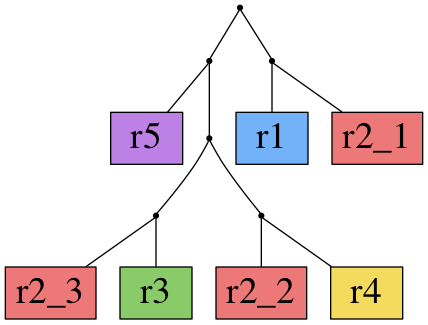
Before: example/matrix_alg1.out.csv.png, a diagram exported from Graphviz (alexandrutomescu/MixedPerfectPhylogeny). Its source is kept beside it as example/matrix_alg1.out.csv.dot.
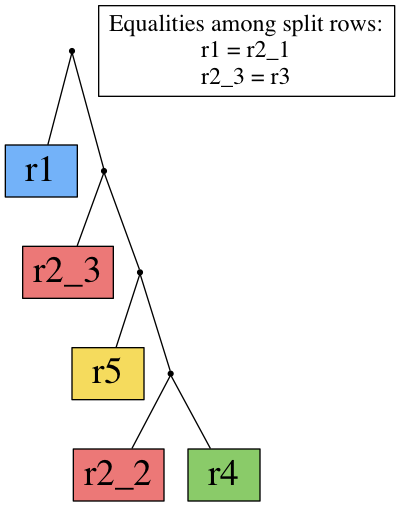
Above is the later version.

Change to the diagram source:
```diff
@@ -1,27 +1,23 @@
 digraph {
-r1[shape=box,style=filled,fontsize=28,fillcolor="#73B2F9"];
-r2_1[shape=box,style=filled,fontsize=28,fillcolor="#EC7877"];
-r2_2[shape=box,style=filled,fontsize=28,fillcolor="#EC7877"];
-r2_3[shape=box,style=filled,fontsize=28,fillcolor="#EC7877"];
-r3[shape=box,style=filled,fontsize=28,fillcolor="#8ACB69"];
-r4[shape=box,style=filled,fontsize=28,fillcolor="#F5DB5D"];
-r5[shape=box,style=filled,fontsize=28,fillcolor="#BD80E5"];
+r1[label="r1",shape=box,style=filled,fontsize=28,fillcolor="#73B2F9"];
+r2_2[label="r2_2",shape=box,style=filled,fontsize=28,fillcolor="#EC7877"];
+r2_3[label="r2_3",shape=box,style=filled,fontsize=28,fillcolor="#EC7877"];
+r4[label="r4",shape=box,style=filled,fontsize=28,fillcolor="#8ACB69"];
+r5[label="r5",shape=box,style=filled,fontsize=28,fillcolor="#F5DB5D"];
+legend[label="Equalities among split rows:
+r1 = r2_1
+r2_3 = r3
+",shape=box,fontsize=18];
 Int0[shape=point,style=filled,fillcolor=black,label=""];
-Int0 -> r2_3[arrowhead=none];
-Int0 -> r3[arrowhead=none];
+Int0 -> r2_2[arrowhead=none];
+Int0 -> r4[arrowhead=none];
 Int1[shape=point,style=filled,fillcolor=black,label=""];
-Int1 -> r2_2[arrowhead=none];
-Int1 -> r4[arrowhead=none];
+Int1 -> r5[arrowhead=none];
+Int1 -> Int0[arrowhead=none];
 Int2[shape=point,style=filled,fillcolor=black,label=""];
-Int2 -> Int0[arrowhead=none];
+Int2 -> r2_3[arrowhead=none];
 Int2 -> Int1[arrowhead=none];
 Int3[shape=point,style=filled,fillcolor=black,label=""];
-Int3 -> r5[arrowhead=none];
+Int3 -> r1[arrowhead=none];
 Int3 -> Int2[arrowhead=none];
-Int4[shape=point,style=filled,fillcolor=black,label=""];
-Int4 -> r1[arrowhead=none];
-Int4 -> r2_1[arrowhead=none];
-Int5[shape=point,style=filled,fillcolor=black,label=""];
-Int5 -> Int3[arrowhead=none];
-Int5 -> Int4[arrowhead=none];
 }
```
